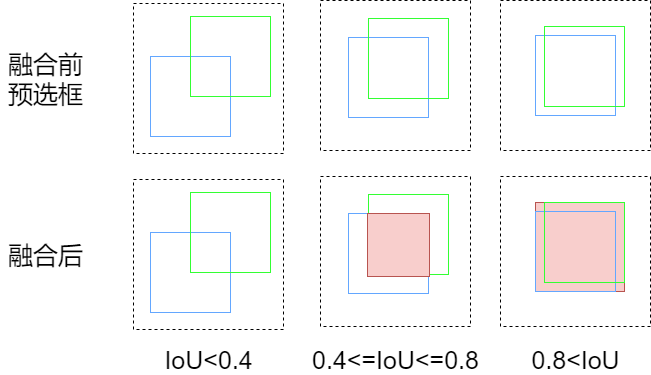
Earlier version of the draw.io export Fig/IoU.png (limiiii/paper). Source tidied: cells renumbered, new cells last; positions are measured from the earlier drawing's top-left corner, leaving out a move shared by most shapes.
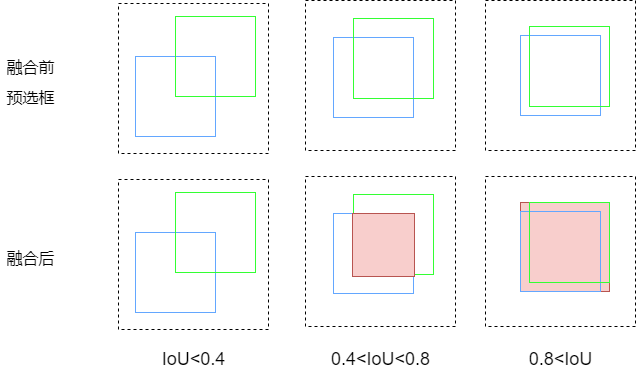
Above is the later version.

The edit, as a diff of the source:
```diff
@@ -80,20 +80,20 @@
     <mxCell id="27" style="rounded=0;whiteSpace=wrap;html=1;strokeColor=#b85450;fillColor=#f8cecc;" parent="23" vertex="1">
       <mxGeometry x="47" y="37" width="62" height="63" as="geometry" />
     </mxCell>
-    <mxCell id="28" value="&lt;font style=&quot;font-size: 25px&quot;&gt;IoU&amp;lt;0.4&lt;/font&gt;" style="text;html=1;align=center;verticalAlign=middle;strokeColor=none;fillColor=none;" parent="1" vertex="1">
-      <mxGeometry x="158" y="349" width="100" height="20" as="geometry" />
+    <mxCell id="28" value="&lt;font style=&quot;font-size: 18px&quot;&gt;IoU&amp;lt;0.4&lt;/font&gt;" style="text;html=1;align=center;verticalAlign=middle;strokeColor=none;fillColor=none;" parent="1" vertex="1">
+      <mxGeometry x="168" y="349" width="80" height="20" as="geometry" />
     </mxCell>
-    <mxCell id="29" value="&lt;font style=&quot;font-size: 25px&quot;&gt;0.4&amp;lt;=IoU&amp;lt;=0.8&lt;/font&gt;" style="text;html=1;align=center;verticalAlign=middle;strokeColor=none;fillColor=none;" parent="1" vertex="1">
-      <mxGeometry x="305" y="349" width="180" height="20" as="geometry" />
+    <mxCell id="29" value="&lt;font style=&quot;font-size: 18px&quot;&gt;0.4&amp;lt;IoU&amp;lt;0.8&lt;/font&gt;" style="text;html=1;align=center;verticalAlign=middle;strokeColor=none;fillColor=none;" parent="1" vertex="1">
+      <mxGeometry x="340" y="349" width="110" height="20" as="geometry" />
     </mxCell>
-    <mxCell id="30" value="&lt;font style=&quot;font-size: 25px&quot;&gt;0.8&amp;lt;IoU&lt;/font&gt;" style="text;html=1;align=center;verticalAlign=middle;strokeColor=none;fillColor=none;" parent="1" vertex="1">
-      <mxGeometry x="525" y="349" width="100" height="20" as="geometry" />
+    <mxCell id="30" value="&lt;font style=&quot;font-size: 18px&quot;&gt;0.8&amp;lt;IoU&lt;/font&gt;" style="text;html=1;align=center;verticalAlign=middle;strokeColor=none;fillColor=none;" parent="1" vertex="1">
+      <mxGeometry x="535" y="349" width="80" height="20" as="geometry" />
     </mxCell>
-    <mxCell id="31" value="融合前&lt;br&gt;预选框" style="text;html=1;align=center;verticalAlign=middle;strokeColor=none;fillColor=none;fontSize=25;" parent="1" vertex="1">
-      <mxGeometry y="43" width="90" height="70" as="geometry" />
+    <mxCell id="31" value="&lt;font style=&quot;font-size: 16px&quot;&gt;融合前&lt;br&gt;预选框&lt;/font&gt;" style="text;html=1;align=center;verticalAlign=middle;strokeColor=none;fillColor=none;fontSize=25;" parent="1" vertex="1">
+      <mxGeometry x="15" y="43" width="60" height="70" as="geometry" />
     </mxCell>
-    <mxCell id="32" value="融合后" style="text;html=1;align=center;verticalAlign=middle;strokeColor=none;fillColor=none;fontSize=25;" parent="1" vertex="1">
-      <mxGeometry y="234" width="90" height="40" as="geometry" />
+    <mxCell id="32" value="&lt;font style=&quot;font-size: 16px&quot;&gt;融合后&lt;/font&gt;" style="text;html=1;align=center;verticalAlign=middle;strokeColor=none;fillColor=none;fontSize=25;" parent="1" vertex="1">
+      <mxGeometry x="15" y="234" width="60" height="40" as="geometry" />
     </mxCell>
   </root>
 </mxGraphModel>
```
